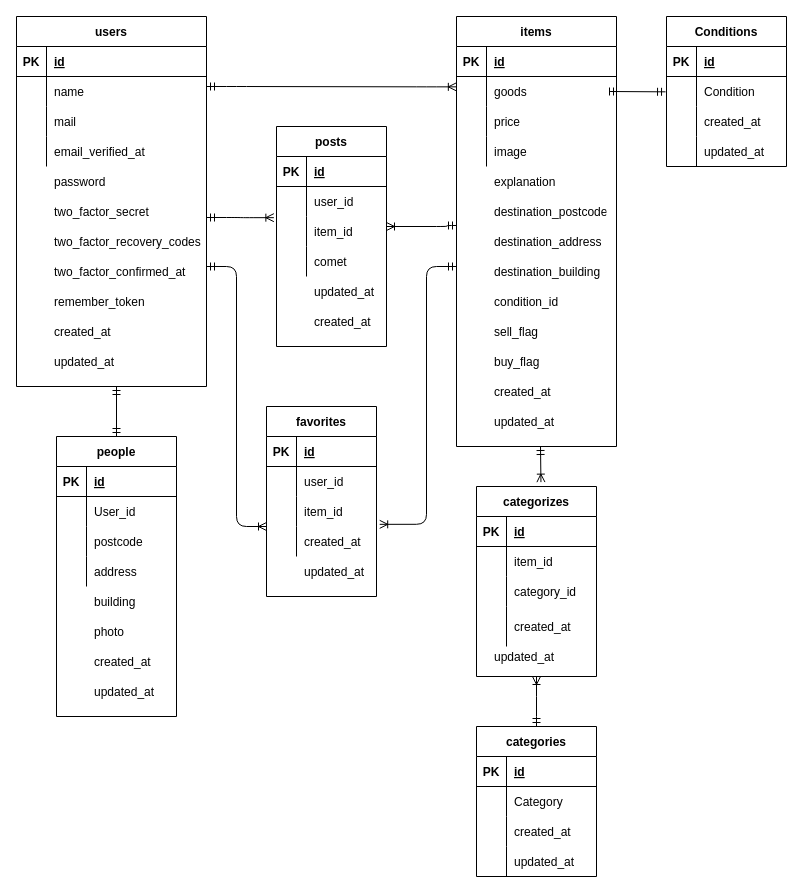
Before: src/FreeMaket.drawio in wyjuly12/FreeMarket, a draw.io diagram. Source tidied: cells renumbered, new cells numbered last; positions are measured from the earlier drawing's top-left corner, leaving out a move shared by most shapes. Both pictures are drawn from the tidied source at 100%, with x=0, y=0 at pixel (16, 16).
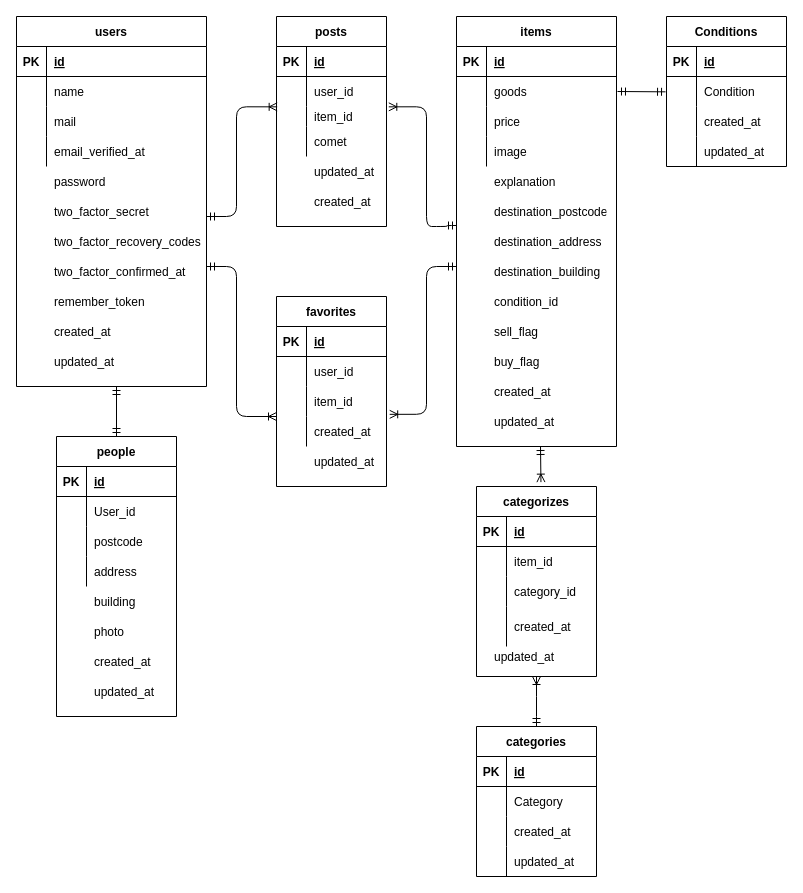
The same diagram, later.

Unchanged cells that the change refers to:
```xml
<mxCell id="32" style="shape=tableRow;horizontal=0;startSize=0;swimlaneHead=0;swimlaneBody=0;fillColor=none;points=[[0,0.5],[1,0.5]];portConstraint=eastwest;top=0;left=0;right=0;bottom=0;" parent="28" vertex="1">
  <mxGeometry y="60" width="160" height="30" as="geometry" />
</mxCell>
<mxCell id="51" style="shape=tableRow;horizontal=0;startSize=0;swimlaneHead=0;swimlaneBody=0;fillColor=none;points=[[0,0.5],[1,0.5]];portConstraint=eastwest;top=0;left=0;right=0;bottom=0;" parent="41" vertex="1">
  <mxGeometry y="120" width="110" height="30" as="geometry" />
</mxCell>
<mxCell id="123" style="shape=tableRow;horizontal=0;startSize=0;swimlaneHead=0;swimlaneBody=0;fillColor=none;points=[[0,0.5],[1,0.5]];portConstraint=eastwest;top=0;left=0;right=0;bottom=0;" parent="119" vertex="1">
  <mxGeometry y="60" width="120" height="30" as="geometry" />
</mxCell>
```

Change to the diagram source:
```diff
@@
     <mxCell id="41" value="favorites" style="shape=table;startSize=30;childLayout=tableLayout;rowLines=0;fontStyle=1;align=center;" parent="1" vertex="1">
-      <mxGeometry x="250" y="390" width="110" height="190" as="geometry" />
+      <mxGeometry x="260" y="280" width="110" height="190" as="geometry" />
     </mxCell>
@@
     <mxCell id="78" value="posts" style="shape=table;startSize=30;childLayout=tableLayout;rowLines=0;fontStyle=1;align=center;" parent="1" vertex="1">
-      <mxGeometry x="260" y="110" width="110" height="220" as="geometry" />
+      <mxGeometry x="260" width="110" height="210" as="geometry" />
     </mxCell>
@@
     <mxCell id="85" style="shape=tableRow;horizontal=0;startSize=0;swimlaneHead=0;swimlaneBody=0;fillColor=none;points=[[0,0.5],[1,0.5]];portConstraint=eastwest;top=0;left=0;right=0;bottom=0;" parent="78" vertex="1">
-      <mxGeometry y="90" width="110" height="30" as="geometry" />
+      <mxGeometry y="90" width="110" height="20" as="geometry" />
     </mxCell>
     <mxCell id="86" style="shape=partialRectangle;fillColor=none;top=0;left=0;bottom=0;right=0;overflow=hidden;" parent="85" vertex="1">
-      <mxGeometry width="30" height="30" as="geometry" />
+      <mxGeometry width="30" height="20" as="geometry" />
     </mxCell>
     <mxCell id="87" value="item_id" style="shape=partialRectangle;fillColor=none;top=0;left=0;bottom=0;right=0;align=left;spacingLeft=6;overflow=hidden;" parent="85" vertex="1">
-      <mxGeometry x="30" width="80" height="30" as="geometry" />
+      <mxGeometry x="30" width="80" height="20" as="geometry" />
     </mxCell>
     <mxCell id="88" style="shape=tableRow;horizontal=0;startSize=0;swimlaneHead=0;swimlaneBody=0;fillColor=none;top=0;left=0;right=0;bottom=0;" parent="78" vertex="1">
-      <mxGeometry y="120" width="110" height="30" as="geometry" />
+      <mxGeometry y="110" width="110" height="30" as="geometry" />
     </mxCell>
@@
     <mxCell id="91" value="updated_at" style="shape=partialRectangle;fillColor=none;top=0;left=0;bottom=0;right=0;align=left;spacingLeft=6;overflow=hidden;" parent="1" vertex="1">
-      <mxGeometry x="290" y="260" width="80" height="30" as="geometry" />
+      <mxGeometry x="290" y="140" width="80" height="30" as="geometry" />
     </mxCell>
     <mxCell id="92" value="updated_at" style="shape=partialRectangle;fillColor=none;top=0;left=0;bottom=0;right=0;align=left;spacingLeft=6;overflow=hidden;" parent="1" vertex="1">
-      <mxGeometry x="280" y="540" width="80" height="30" as="geometry" />
+      <mxGeometry x="290" y="430" width="80" height="30" as="geometry" />
     </mxCell>
@@
     <mxCell id="112" value="created_at" style="shape=partialRectangle;fillColor=none;top=0;left=0;bottom=0;right=0;align=left;spacingLeft=6;overflow=hidden;" parent="1" vertex="1">
-      <mxGeometry x="290" y="290" width="90" height="30" as="geometry" />
+      <mxGeometry x="290" y="170" width="90" height="30" as="geometry" />
     </mxCell>
@@
-    <mxCell id="114" style="edgeStyle=entityRelationEdgeStyle;fontSize=12;html=1;endArrow=ERoneToMany;startArrow=ERmandOne;entryX=-0.024;entryY=0.039;entryDx=0;entryDy=0;entryPerimeter=0;" parent="1" edge="1" target="85">
-      <mxGeometry relative="1" as="geometry">
-        <mxPoint x="190" y="201" as="sourcePoint" />
-      </mxGeometry>
-    </mxCell>
     <mxCell id="115" style="edgeStyle=orthogonalEdgeStyle;fontSize=12;html=1;endArrow=ERoneToMany;startArrow=ERmandOne;entryX=0;entryY=0;entryDx=0;entryDy=0;entryPerimeter=0;" parent="1" edge="1" target="51">
       <mxGeometry relative="1" as="geometry">
         <mxPoint x="190" y="250" as="sourcePoint" />
         <Array as="points">
-          <mxPoint x="190" y="250" />
           <mxPoint x="220" y="250" />
-          <mxPoint x="220" y="510" />
+          <mxPoint x="220" y="400" />
         </Array>
       </mxGeometry>
     </mxCell>
     <mxCell id="116" style="edgeStyle=orthogonalEdgeStyle;fontSize=12;html=1;endArrow=ERoneToMany;startArrow=ERmandOne;entryX=1.029;entryY=-0.072;entryDx=0;entryDy=0;entryPerimeter=0;" parent="1" edge="1" target="51">
       <mxGeometry relative="1" as="geometry">
         <mxPoint x="440" y="250" as="sourcePoint" />
         <Array as="points">
           <mxPoint x="410" y="250" />
-          <mxPoint x="410" y="508" />
+          <mxPoint x="410" y="398" />
         </Array>
       </mxGeometry>
     </mxCell>
@@
     <mxCell id="132" style="fontSize=12;html=1;endArrow=ERmandOne;startArrow=ERmandOne;entryX=-0.008;entryY=0.511;entryDx=0;entryDy=0;entryPerimeter=0;" parent="1" edge="1" target="123">
       <mxGeometry relative="1" as="geometry">
         <mxPoint x="601" y="75" as="sourcePoint" />
-        <Array as="points">
-          <mxPoint x="590" y="75" />
-        </Array>
       </mxGeometry>
     </mxCell>
-    <mxCell id="133" style="edgeStyle=entityRelationEdgeStyle;fontSize=12;html=1;endArrow=ERoneToMany;startArrow=ERmandOne;entryX=-0.001;entryY=0.345;entryDx=0;entryDy=0;entryPerimeter=0;" parent="1" edge="1" target="32">
-      <mxGeometry relative="1" as="geometry">
-        <mxPoint x="190" y="70" as="sourcePoint" />
-      </mxGeometry>
-    </mxCell>
-    <mxCell id="134" style="edgeStyle=orthogonalEdgeStyle;fontSize=12;html=1;endArrow=ERoneToMany;startArrow=ERmandOne;" parent="1" edge="1" target="85">
+    <mxCell id="134" style="edgeStyle=orthogonalEdgeStyle;fontSize=12;html=1;endArrow=ERoneToMany;startArrow=ERmandOne;entryX=1.021;entryY=0.017;entryDx=0;entryDy=0;entryPerimeter=0;" parent="1" edge="1" target="85">
       <mxGeometry relative="1" as="geometry">
         <mxPoint x="440" y="209" as="sourcePoint" />
         <Array as="points">
           <mxPoint x="430" y="209" />
           <mxPoint x="430" y="210" />
+          <mxPoint x="410" y="210" />
+          <mxPoint x="410" y="90" />
         </Array>
       </mxGeometry>
     </mxCell>
@@
+    <mxCell id="139" style="edgeStyle=orthogonalEdgeStyle;fontSize=12;html=1;endArrow=ERoneToMany;startArrow=ERmandOne;entryX=0.006;entryY=0.017;entryDx=0;entryDy=0;entryPerimeter=0;" parent="1" edge="1" target="85">
+      <mxGeometry relative="1" as="geometry">
+        <mxPoint x="190" y="200" as="sourcePoint" />
+        <Array as="points">
+          <mxPoint x="220" y="200" />
+          <mxPoint x="220" y="90" />
+        </Array>
+      </mxGeometry>
+    </mxCell>
```
